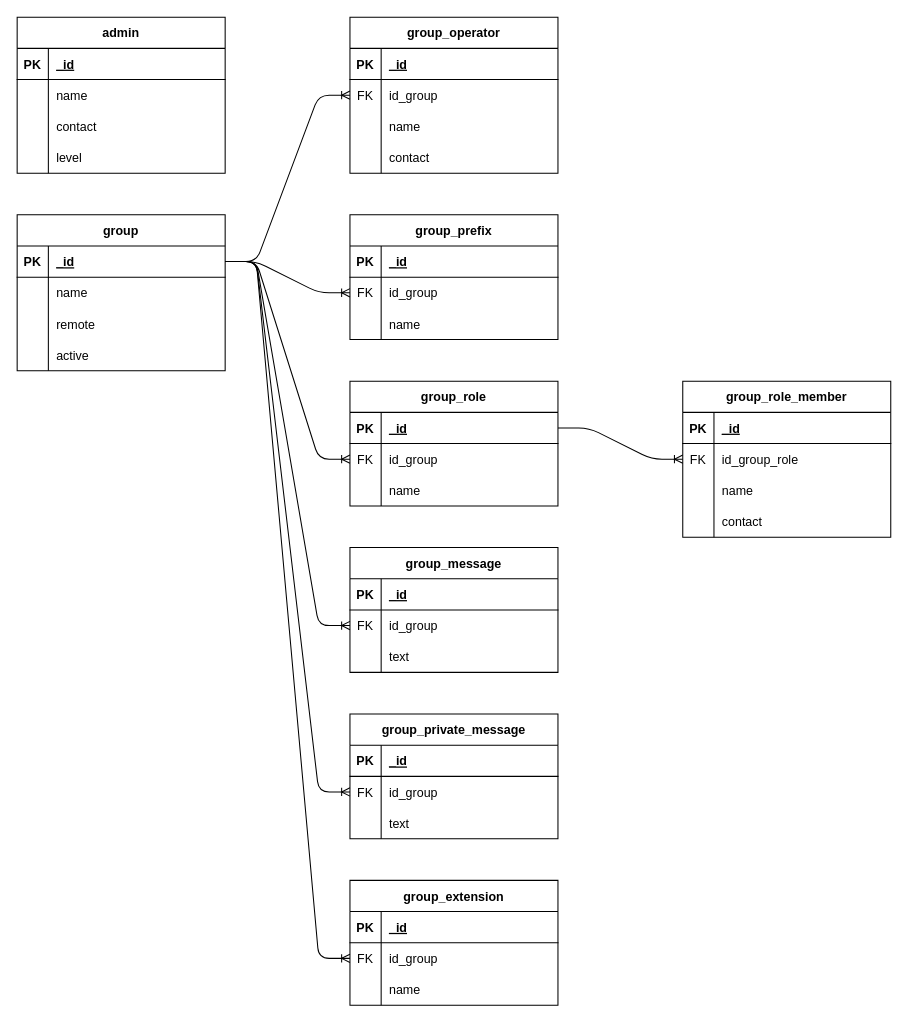
The draw.io diagram diagram/erd.drawio in NotHydra/whatsapp-bot, before the edit. Source tidied: cells renumbered, new cells numbered last; positions are measured from the earlier drawing's top-left corner, leaving out a move shared by most shapes. Both pictures are drawn from the tidied source at 104%, with x=0, y=0 at pixel (17, 17).
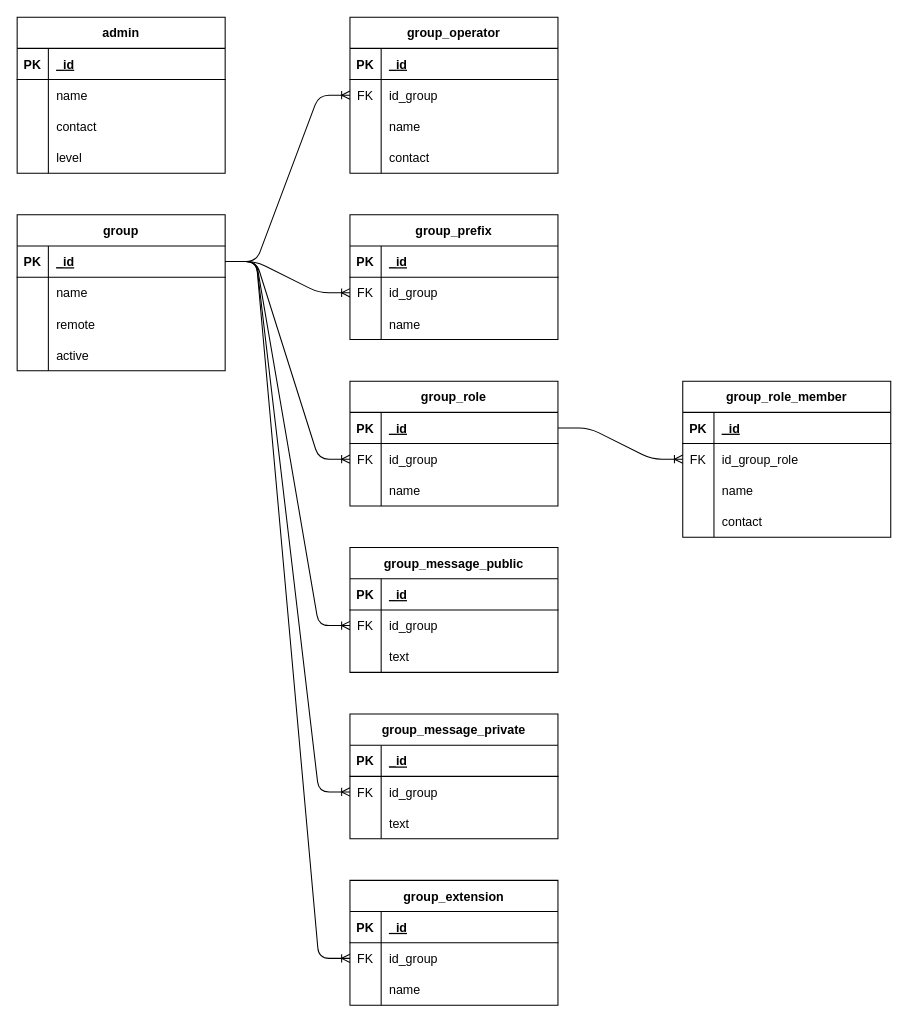
The same diagram, later.

Commit message (it also covers changes not shown here):
feat: message public and private

Diff of the diagram source:
```diff
@@
-    <mxCell id="61" value="group_message" style="shape=table;startSize=30;childLayout=tableLayout;rowLines=0;fontStyle=1;align=center;" parent="1" vertex="1">
+    <mxCell id="61" value="group_message_public" style="shape=table;startSize=30;childLayout=tableLayout;rowLines=0;fontStyle=1;align=center;" parent="1" vertex="1">
       <mxGeometry x="320" y="510" width="200" height="120" as="geometry" />
     </mxCell>
@@
-    <mxCell id="100" value="group_private_message" style="shape=table;startSize=30;childLayout=tableLayout;rowLines=0;fontStyle=1;align=center;" parent="1" vertex="1">
+    <mxCell id="100" value="group_message_private" style="shape=table;startSize=30;childLayout=tableLayout;rowLines=0;fontStyle=1;align=center;" parent="1" vertex="1">
       <mxGeometry x="320" y="670" width="200" height="120" as="geometry" />
     </mxCell>
```
